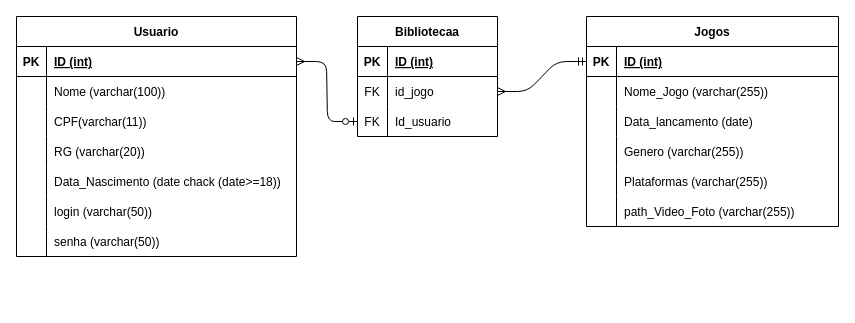
Earlier version of the draw.io diagram Exec-M2-S7.drawio (EricoCoutoJr/M2S7-EX1). Source tidied: cells renumbered, new cells numbered last; positions are measured from the earlier drawing's top-left corner, leaving out a move shared by most shapes. Both pictures are drawn from the tidied source at 100%, with x=0, y=0 at pixel (16, 16).
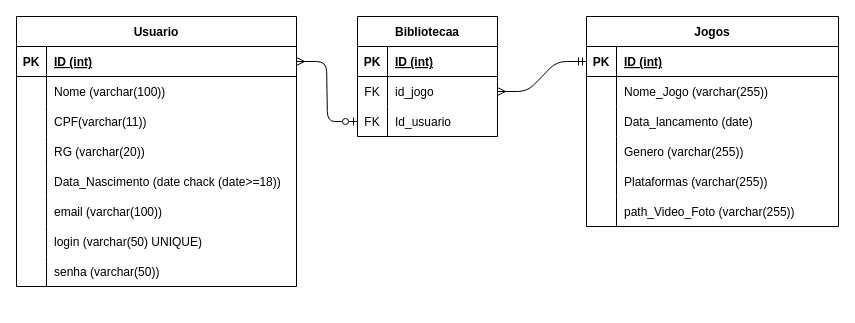
After the change.

Diff of the diagram source:
```diff
@@
     <mxCell id="2" value="Usuario" style="shape=table;startSize=30;childLayout=tableLayout;rowLines=0;fontStyle=1;align=center;" parent="1" vertex="1">
-      <mxGeometry width="280" height="240" as="geometry" />
+      <mxGeometry width="280" height="270" as="geometry" />
     </mxCell>
@@
+    <mxCell id="57" style="shape=tableRow;horizontal=0;startSize=0;swimlaneHead=0;swimlaneBody=0;fillColor=none;top=0;left=0;right=0;bottom=0;" parent="2" vertex="1">
+      <mxGeometry y="180" width="280" height="30" as="geometry" />
+    </mxCell>
+    <mxCell id="58" style="shape=partialRectangle;fillColor=none;top=0;left=0;bottom=0;right=0;overflow=hidden;" parent="57" vertex="1">
+      <mxGeometry width="30" height="30" as="geometry" />
+    </mxCell>
+    <mxCell id="59" value="email (varchar(100))" style="shape=partialRectangle;fillColor=none;top=0;left=0;bottom=0;right=0;align=left;spacingLeft=6;overflow=hidden;" parent="57" vertex="1">
+      <mxGeometry x="30" width="250" height="30" as="geometry" />
+    </mxCell>
     <mxCell id="18" style="shape=tableRow;horizontal=0;startSize=0;swimlaneHead=0;swimlaneBody=0;fillColor=none;top=0;left=0;right=0;bottom=0;" parent="2" vertex="1">
-      <mxGeometry y="180" width="280" height="30" as="geometry" />
+      <mxGeometry y="210" width="280" height="30" as="geometry" />
     </mxCell>
@@
-    <mxCell id="20" value="login (varchar(50))" style="shape=partialRectangle;fillColor=none;top=0;left=0;bottom=0;right=0;align=left;spacingLeft=6;overflow=hidden;" parent="18" vertex="1">
+    <mxCell id="20" value="login (varchar(50) UNIQUE)" style="shape=partialRectangle;fillColor=none;top=0;left=0;bottom=0;right=0;align=left;spacingLeft=6;overflow=hidden;" parent="18" vertex="1">
       <mxGeometry x="30" width="250" height="30" as="geometry" />
     </mxCell>
     <mxCell id="21" style="shape=tableRow;horizontal=0;startSize=0;swimlaneHead=0;swimlaneBody=0;fillColor=none;top=0;left=0;right=0;bottom=0;" parent="2" vertex="1">
-      <mxGeometry y="210" width="280" height="30" as="geometry" />
+      <mxGeometry y="240" width="280" height="30" as="geometry" />
     </mxCell>
```
